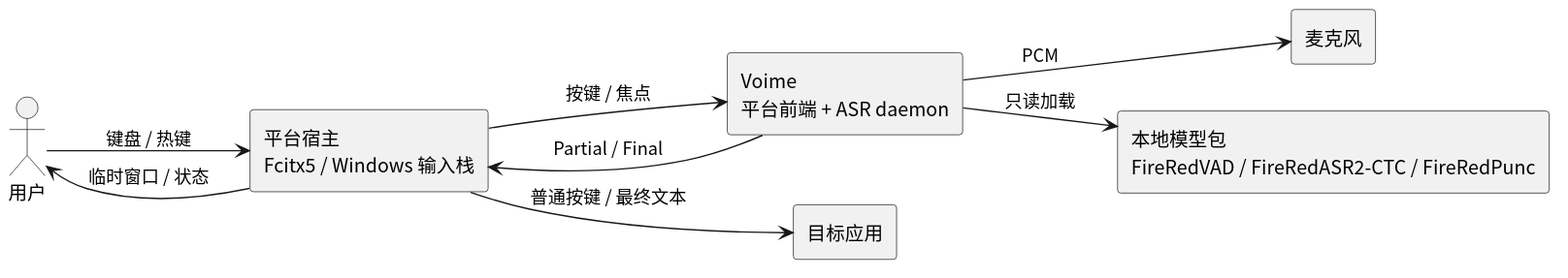
The PlantUML diagram diagram/general-architecture.svg in 54m43lJ/voime, before a commit.
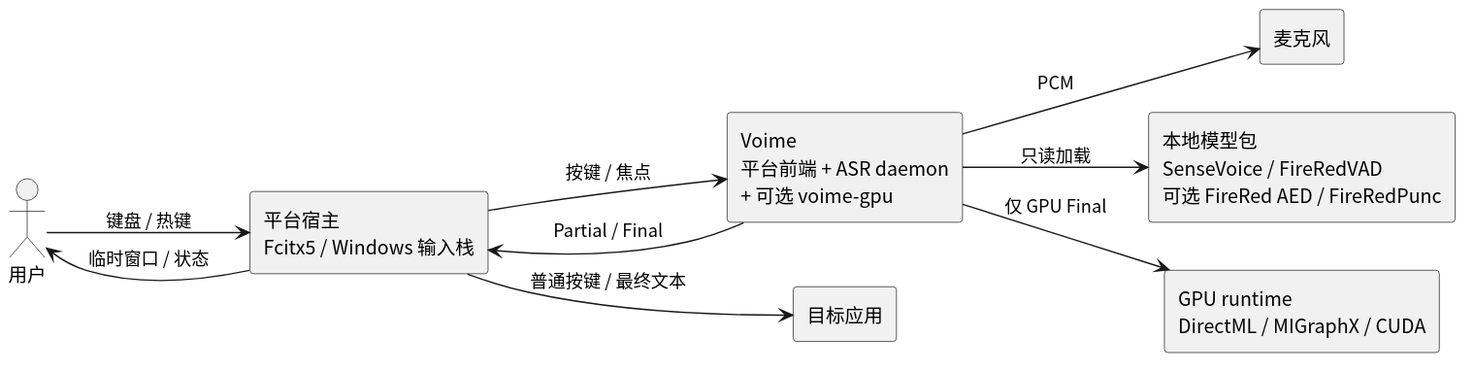
Above is the later version.

Diff of the diagram source:
```diff
@@ -6,10 +6,11 @@
 
 actor "用户" as User
 component "平台宿主\nFcitx5 / Windows 输入栈" as Host
-component "Voime\n平台前端 + ASR daemon" as Voime
+component "Voime\n平台前端 + ASR daemon\n+ 可选 voime-gpu" as Voime
 component "目标应用" as App
 component "麦克风" as Mic
-component "本地模型包\nFireRedVAD / FireRedASR2-CTC / FireRedPunc" as Models
+component "本地模型包\nSenseVoice / FireRedVAD\n可选 FireRed AED / FireRedPunc" as Models
+component "GPU runtime\nDirectML / MIGraphX / CUDA" as Gpu
 
 User --> Host : 键盘 / 热键
 Host --> Voime : 按键 / 焦点
@@ -18,4 +19,5 @@
 Host --> User : 临时窗口 / 状态
 Voime --> Mic : PCM
 Voime --> Models : 只读加载
+Voime --> Gpu : 仅 GPU Final
 @enduml
```
